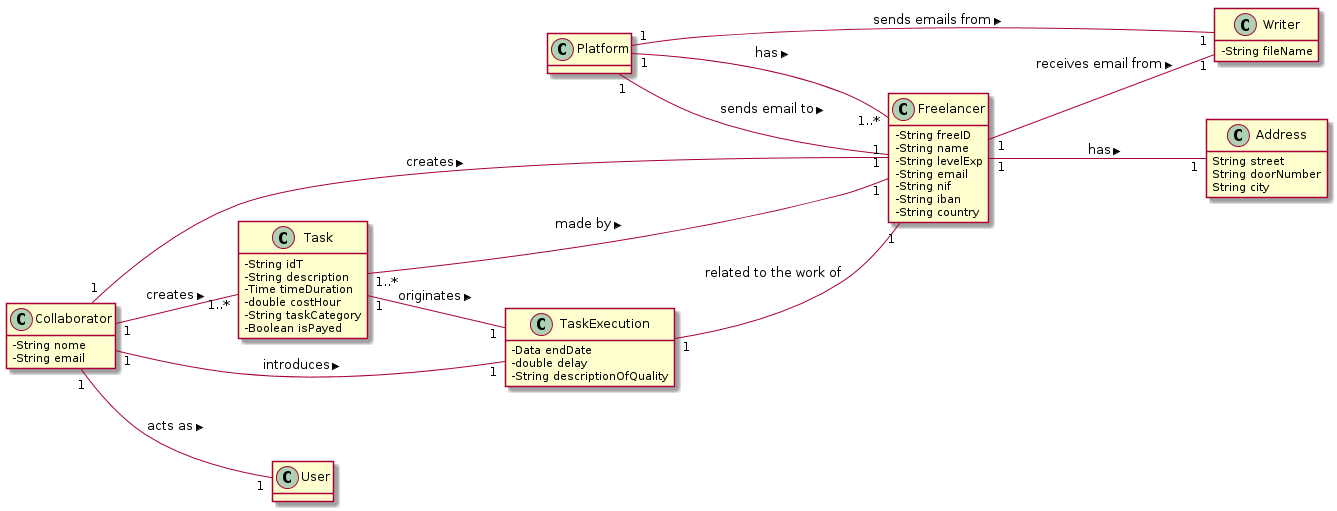
Before: docs/UC10 - SendEmailsAboutFreelancersPerformance/UC10_MD.png, a diagram exported from PlantUML (1190452/LAPR2).
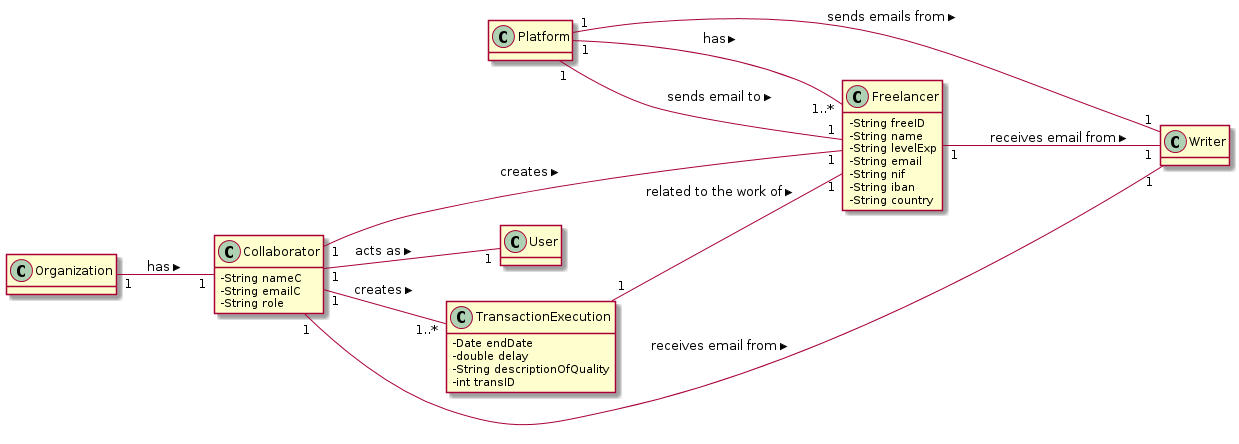
Above is the later version.

Diff of the diagram source:
```diff
@@ -4,11 +4,6 @@
 left to right direction
 
 class Platform{
-}
-class Address{
-  String street
-  String doorNumber
-  String city
 }
 class Freelancer {
   -String freeID
@@ -20,47 +15,63 @@
   -String country
 }
 
+
+
 class Collaborator{
-  -String nome
-  -String email
+  -String nameC
+  -String emailC
+  -String role
 }
 
-class Task {
-  -String idT
-  -String description
-  -Time timeDuration
-  -double costHour
-  -String taskCategory
-  -Boolean isPayed
-}
+
+
 
 class User {
 }
 
+class TransactionExecution {
+  -Date endDate
+  -double delay
+  -String descriptionOfQuality
+  -int transID
+}
 
 
-class TaskExecution{
-  -Data endDate
-  -double delay
-  -String descriptionOfQuality
-  }
+
+
+
+
+
 
 class Writer{
-  -String fileName
   }
 
 
-
-Freelancer "1" -- "1" Address: has >
 Freelancer "1" -- "1" Writer: receives email from >
 
-Task "1..*" -- "1" Freelancer: made by >
 
 
 
 Platform "1" -- "1..*" Freelancer: has >
 Platform "1" -- "1" Freelancer: sends email to >
 Platform "1" -- "1" Writer : sends emails from >
+
+
+
+Organization "1" -- "1" Collaborator: has >
+
+
+
+
+
+
+
+
+
+
+
+
+TransactionExecution "1" -- "1" Freelancer: related to the work of >
 
 
 
@@ -71,12 +82,8 @@
 
 
 Collaborator "1" -- "1" Freelancer: creates >
-Collaborator "1" -- "1..*" Task: creates >
+
+Collaborator "1" -- "1..*" TransactionExecution: creates >
 Collaborator "1" -- "1" User: acts as >
-Collaborator "1" -- "1" TaskExecution: introduces >
-
-
-TaskExecution "1" -- "1" Freelancer: related to the work of
-
-Task "1" -- "1" TaskExecution : originates >
+Collaborator "1" -- "1" Writer: receives email from >
 @enduml
```
